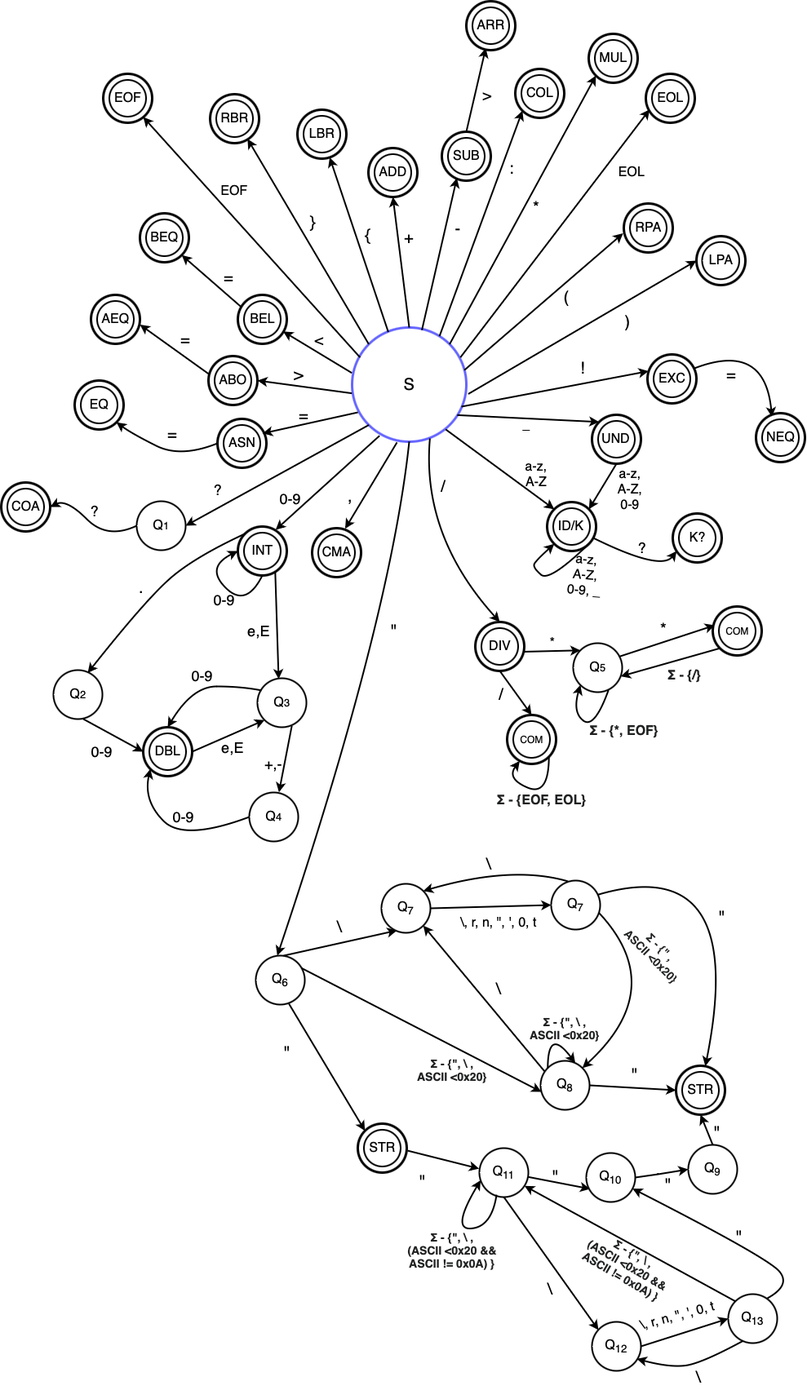
Before: doc/include/lex_fa.png, a diagram exported from draw.io (xhalam16/IFJ-projekt). Source tidied: cells renumbered, new cells last; positions are measured from the earlier drawing's top-left corner, leaving out a move shared by most shapes.
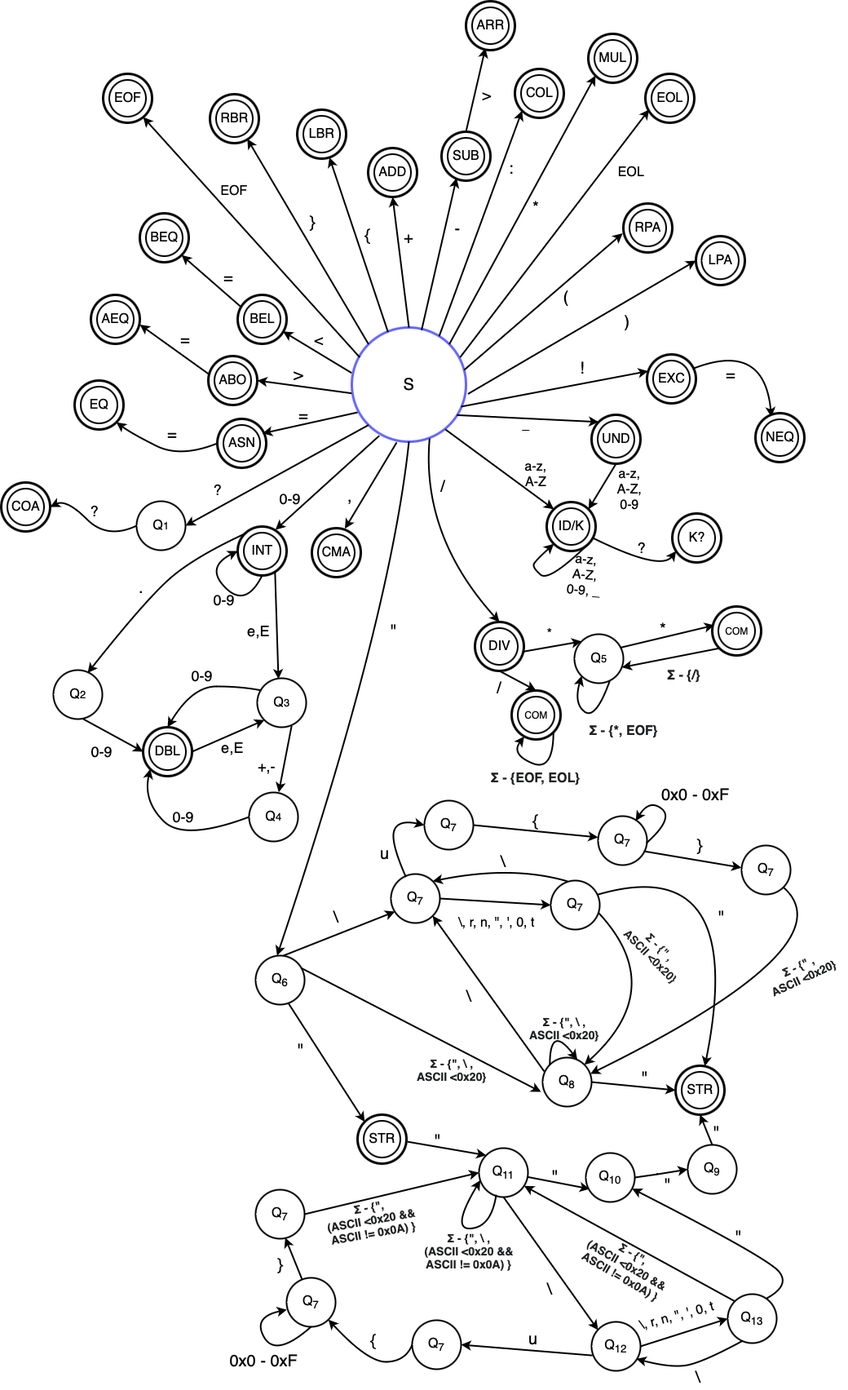
The same diagram one commit later.

What changed in the source:
```diff
@@ -374,3 +374,3 @@
     <mxCell id="120" value="&lt;font style=&quot;font-size: 18px;&quot;&gt;+,-&lt;/font&gt;" style="text;html=1;strokeColor=none;fillColor=none;align=center;verticalAlign=middle;whiteSpace=wrap;rounded=0;" parent="1" vertex="1">
-      <mxGeometry x="304" y="920" width="60" height="30" as="geometry" />
+      <mxGeometry x="296" y="923" width="60" height="30" as="geometry" />
     </mxCell>
@@ -624,3 +624,3 @@
     <mxCell id="194" style="group;" parent="1" vertex="1">
-      <mxGeometry x="620" y="875" width="60" height="60" as="geometry" />
+      <mxGeometry x="626" y="845" width="60" height="60" as="geometry" />
     </mxCell>
@@ -644,6 +644,6 @@
     <mxCell id="199" value="&lt;b style=&quot;text-align: start; caret-color: rgb(32, 33, 34); color: rgb(32, 33, 34); font-family: sans-serif;&quot;&gt;&lt;font style=&quot;font-size: 16px;&quot;&gt;Σ - {EOF, EOL}&lt;/font&gt;&lt;/b&gt;" style="text;html=1;strokeColor=none;fillColor=none;align=center;verticalAlign=middle;whiteSpace=wrap;rounded=0;" parent="1" vertex="1">
-      <mxGeometry x="607" y="965" width="112" height="30" as="geometry" />
+      <mxGeometry x="600" y="938" width="112" height="30" as="geometry" />
     </mxCell>
     <mxCell id="200" value="&lt;font style=&quot;font-size: 20px;&quot;&gt;/&lt;/font&gt;" style="text;html=1;strokeColor=none;fillColor=none;align=center;verticalAlign=middle;whiteSpace=wrap;rounded=0;" parent="1" vertex="1">
-      <mxGeometry x="583" y="835" width="60" height="30" as="geometry" />
+      <mxGeometry x="581" y="827" width="60" height="30" as="geometry" />
     </mxCell>
@@ -653,6 +653,6 @@
     <mxCell id="202" value="&lt;font size=&quot;3&quot;&gt;*&lt;/font&gt;" style="text;html=1;strokeColor=none;fillColor=none;align=center;verticalAlign=middle;whiteSpace=wrap;rounded=0;" parent="1" vertex="1">
-      <mxGeometry x="646" y="772" width="60" height="30" as="geometry" />
+      <mxGeometry x="643" y="761" width="60" height="30" as="geometry" />
     </mxCell>
     <mxCell id="203" style="group;" parent="1" vertex="1">
-      <mxGeometry x="701" y="787" width="60" height="60" as="geometry" />
+      <mxGeometry x="703" y="776" width="60" height="60" as="geometry" />
     </mxCell>
@@ -717,3 +717,3 @@
     </mxCell>
-    <mxCell id="222" style="endArrow=classic;html=1;rounded=0;exitX=1.015;exitY=0.551;exitDx=0;exitDy=0;entryX=-0.005;entryY=0.419;entryDx=0;entryDy=0;strokeWidth=2;entryPerimeter=0;exitPerimeter=0;" parent="1" edge="1" source="227" target="220">
+    <mxCell id="222" style="endArrow=classic;html=1;rounded=0;exitX=1.015;exitY=0.551;exitDx=0;exitDy=0;entryX=0;entryY=0;entryDx=0;entryDy=0;strokeWidth=2;exitPerimeter=0;" parent="1" edge="1" source="227" target="220">
       <mxGeometry relative="1" as="geometry" />
@@ -721,6 +721,6 @@
     <mxCell id="223" value="&lt;font style=&quot;font-size: 20px;&quot;&gt;&quot;&lt;/font&gt;" style="text;html=1;strokeColor=none;fillColor=none;align=center;verticalAlign=middle;whiteSpace=wrap;rounded=0;" parent="1" vertex="1">
-      <mxGeometry x="321" y="1274" width="60" height="30" as="geometry" />
+      <mxGeometry x="338" y="1271" width="60" height="30" as="geometry" />
     </mxCell>
     <mxCell id="224" value="&lt;font style=&quot;font-size: 20px;&quot;&gt;&quot;&lt;/font&gt;" style="text;html=1;strokeColor=none;fillColor=none;align=center;verticalAlign=middle;whiteSpace=wrap;rounded=0;" parent="1" vertex="1">
-      <mxGeometry x="487" y="1432" width="60" height="30" as="geometry" />
+      <mxGeometry x="506" y="1382" width="60" height="30" as="geometry" />
     </mxCell>
@@ -730,3 +730,3 @@
     <mxCell id="226" style="group;" parent="1" vertex="1">
-      <mxGeometry x="437" y="1376" width="60" height="60" as="geometry" />
+      <mxGeometry x="437" y="1365" width="60" height="60" as="geometry" />
     </mxCell>
@@ -747,3 +747,3 @@
     <mxCell id="231" style="group;" parent="1" vertex="1">
-      <mxGeometry x="661" y="1299" width="60" height="60" as="geometry" />
+      <mxGeometry x="664" y="1295" width="60" height="60" as="geometry" />
     </mxCell>
@@ -775,6 +775,6 @@
     <mxCell id="239" value="&lt;font style=&quot;font-size: 20px;&quot;&gt;&quot;&lt;/font&gt;" style="text;html=1;strokeColor=none;fillColor=none;align=center;verticalAlign=middle;whiteSpace=wrap;rounded=0;" parent="1" vertex="1">
-      <mxGeometry x="747" y="1301" width="60" height="30" as="geometry" />
+      <mxGeometry x="760" y="1305" width="60" height="30" as="geometry" />
     </mxCell>
     <mxCell id="240" value="&lt;b style=&quot;text-align: start; caret-color: rgb(32, 33, 34); color: rgb(32, 33, 34); font-family: sans-serif; font-size: 14px;&quot;&gt;Σ - {&quot;, \ , &lt;br&gt;(ASCII &amp;lt;0x20 &amp;amp;&amp;amp; ASCII != 0x0A) }&lt;/b&gt;" style="text;html=1;strokeColor=none;fillColor=none;align=center;verticalAlign=middle;whiteSpace=wrap;rounded=0;" parent="1" vertex="1">
-      <mxGeometry x="497" y="1516" width="112" height="30" as="geometry" />
+      <mxGeometry x="518" y="1517" width="112" height="30" as="geometry" />
     </mxCell>
@@ -826,3 +826,3 @@
     </mxCell>
-    <mxCell id="253" style="endArrow=classic;html=1;rounded=0;strokeWidth=2;entryX=0.318;entryY=0.952;entryDx=0;entryDy=0;entryPerimeter=0;exitX=0.567;exitY=0.001;exitDx=0;exitDy=0;exitPerimeter=0;" parent="1" edge="1" source="217" target="255">
+    <mxCell id="253" style="endArrow=classic;html=1;rounded=0;strokeWidth=2;entryX=0.083;entryY=0.767;entryDx=0;entryDy=0;entryPerimeter=0;exitX=0.567;exitY=0.001;exitDx=0;exitDy=0;exitPerimeter=0;" parent="1" edge="1" source="217" target="255">
       <mxGeometry relative="1" as="geometry" />
@@ -830,3 +830,3 @@
     <mxCell id="254" style="group;" parent="1" vertex="1">
-      <mxGeometry x="466" y="1082" width="60" height="60" as="geometry" />
+      <mxGeometry x="478" y="1070" width="60" height="60" as="geometry" />
     </mxCell>
@@ -836,6 +836,6 @@
     <mxCell id="256" value="&lt;font style=&quot;font-size: 20px;&quot;&gt;\&lt;/font&gt;" style="text;html=1;strokeColor=none;fillColor=none;align=center;verticalAlign=middle;whiteSpace=wrap;rounded=0;" parent="1" vertex="1">
-      <mxGeometry x="385" y="1120" width="60" height="30" as="geometry" />
+      <mxGeometry x="381" y="1108" width="60" height="30" as="geometry" />
     </mxCell>
     <mxCell id="257" value="&lt;font style=&quot;font-size: 16px;&quot;&gt;\, r, n, &quot;, ', 0, t&lt;/font&gt;" style="text;html=1;strokeColor=none;fillColor=none;align=center;verticalAlign=middle;whiteSpace=wrap;rounded=0;" parent="1" vertex="1">
-      <mxGeometry x="554" y="1115" width="112" height="30" as="geometry" />
+      <mxGeometry x="552" y="1115" width="112" height="30" as="geometry" />
     </mxCell>
@@ -856,3 +856,3 @@
     <mxCell id="262" value="&lt;font style=&quot;font-size: 20px;&quot;&gt;\&lt;/font&gt;" style="text;html=1;strokeColor=none;fillColor=none;align=center;verticalAlign=middle;whiteSpace=wrap;rounded=0;" parent="1" vertex="1">
-      <mxGeometry x="580" y="1196" width="60" height="30" as="geometry" />
+      <mxGeometry x="544" y="1205" width="60" height="30" as="geometry" />
     </mxCell>
@@ -876,3 +876,3 @@
     <mxCell id="266" value="&lt;font style=&quot;font-size: 20px;&quot;&gt;\&lt;/font&gt;" style="text;html=1;strokeColor=none;fillColor=none;align=center;verticalAlign=middle;whiteSpace=wrap;rounded=0;" parent="1" vertex="1">
-      <mxGeometry x="568" y="1043" width="60" height="30" as="geometry" />
+      <mxGeometry x="586" y="1040" width="60" height="30" as="geometry" />
     </mxCell>
@@ -917,3 +917,3 @@
     </mxCell>
-    <mxCell id="278" value="&lt;b style=&quot;text-align: start; caret-color: rgb(32, 33, 34); color: rgb(32, 33, 34); font-family: sans-serif; font-size: 14px;&quot;&gt;Σ - {&quot;, \ , &lt;br&gt;(ASCII &amp;lt;0x20 &amp;amp;&amp;amp; ASCII != 0x0A) }&lt;/b&gt;" style="text;html=1;strokeColor=none;fillColor=none;align=center;verticalAlign=middle;whiteSpace=wrap;rounded=0;rotation=30;" parent="1" vertex="1">
+    <mxCell id="278" value="&lt;b style=&quot;text-align: start; caret-color: rgb(32, 33, 34); color: rgb(32, 33, 34); font-family: sans-serif; font-size: 14px;&quot;&gt;Σ - {&quot;, &lt;br&gt;(ASCII &amp;lt;0x20 &amp;amp;&amp;amp; ASCII != 0x0A) }&lt;/b&gt;" style="text;html=1;strokeColor=none;fillColor=none;align=center;verticalAlign=middle;whiteSpace=wrap;rounded=0;rotation=30;" parent="1" vertex="1">
       <mxGeometry x="712" y="1534" width="112" height="30" as="geometry" />
@@ -975,2 +975,110 @@
     </mxCell>
+    <mxCell id="289" style="curved=1;endArrow=classic;html=1;rounded=0;exitX=0.303;exitY=0.054;exitDx=0;exitDy=0;exitPerimeter=0;strokeWidth=2;" parent="1" edge="1" source="255">
+      <mxGeometry relative="1" as="geometry">
+        <mxPoint x="519" y="1010" as="targetPoint" />
+        <Array as="points">
+          <mxPoint x="477" y="1030" />
+          <mxPoint x="487" y="1003" />
+        </Array>
+      </mxGeometry>
+    </mxCell>
+    <mxCell id="290" value="&lt;font style=&quot;font-size: 20px;&quot;&gt;u&lt;/font&gt;" style="text;html=1;strokeColor=none;fillColor=none;align=center;verticalAlign=middle;whiteSpace=wrap;rounded=0;" parent="1" vertex="1">
+      <mxGeometry x="441" y="1030" width="60" height="30" as="geometry" />
+    </mxCell>
+    <mxCell id="291" value="&lt;font size=&quot;3&quot;&gt;Q&lt;sub&gt;7&lt;/sub&gt;&lt;/font&gt;" style="ellipse;whiteSpace=wrap;html=1;strokeWidth=2;" parent="1" vertex="1">
+      <mxGeometry x="519" y="980" width="60" height="60" as="geometry" />
+    </mxCell>
+    <mxCell id="292" style="endArrow=classic;html=1;rounded=0;exitX=1;exitY=0.5;exitDx=0;exitDy=0;strokeWidth=2;" parent="1" edge="1" source="291">
+      <mxGeometry relative="1" as="geometry">
+        <mxPoint x="732" y="1025" as="targetPoint" />
+      </mxGeometry>
+    </mxCell>
+    <mxCell id="293" value="&lt;font style=&quot;font-size: 20px;&quot;&gt;{&lt;/font&gt;" style="text;html=1;strokeColor=none;fillColor=none;align=center;verticalAlign=middle;whiteSpace=wrap;rounded=0;" parent="1" vertex="1">
+      <mxGeometry x="626" y="990" width="60" height="30" as="geometry" />
+    </mxCell>
+    <mxCell id="294" style="group;" parent="1" vertex="1">
+      <mxGeometry x="732" y="999" width="60" height="61" as="geometry" />
+    </mxCell>
+    <mxCell id="295" value="&lt;font size=&quot;3&quot;&gt;Q&lt;sub&gt;7&lt;/sub&gt;&lt;/font&gt;" style="ellipse;whiteSpace=wrap;html=1;strokeWidth=2;" parent="294" vertex="1">
+      <mxGeometry width="60" height="60" as="geometry" />
+    </mxCell>
+    <mxCell id="296" style="curved=1;endArrow=classic;html=1;rounded=0;entryX=0.769;entryY=0.098;entryDx=0;entryDy=0;entryPerimeter=0;exitX=0.992;exitY=0.547;exitDx=0;exitDy=0;exitPerimeter=0;strokeWidth=2;" parent="294" edge="1" source="295" target="295">
+      <mxGeometry relative="1" as="geometry">
+        <Array as="points">
+          <mxPoint x="93" y="3" />
+          <mxPoint x="63" y="-21" />
+        </Array>
+      </mxGeometry>
+    </mxCell>
+    <mxCell id="297" value="&lt;font style=&quot;font-size: 20px;&quot;&gt;0x0 - 0xF&lt;/font&gt;" style="text;html=1;strokeColor=none;fillColor=none;align=center;verticalAlign=middle;whiteSpace=wrap;rounded=0;" parent="1" vertex="1">
+      <mxGeometry x="807" y="958" width="90" height="30" as="geometry" />
+    </mxCell>
+    <mxCell id="298" style="endArrow=classic;html=1;rounded=0;exitX=0.936;exitY=0.717;exitDx=0;exitDy=0;exitPerimeter=0;entryX=-0.003;entryY=0.453;entryDx=0;entryDy=0;entryPerimeter=0;strokeWidth=2;" parent="1" edge="1" source="295" target="299">
+      <mxGeometry relative="1" as="geometry" />
+    </mxCell>
+    <mxCell id="299" value="&lt;font size=&quot;3&quot;&gt;Q&lt;sub&gt;7&lt;/sub&gt;&lt;/font&gt;" style="ellipse;whiteSpace=wrap;html=1;strokeWidth=2;" parent="1" vertex="1">
+      <mxGeometry x="908" y="1035" width="60" height="60" as="geometry" />
+    </mxCell>
+    <mxCell id="300" value="&lt;font style=&quot;font-size: 20px;&quot;&gt;}&lt;/font&gt;" style="text;html=1;strokeColor=none;fillColor=none;align=center;verticalAlign=middle;whiteSpace=wrap;rounded=0;" parent="1" vertex="1">
+      <mxGeometry x="827" y="1020" width="60" height="30" as="geometry" />
+    </mxCell>
+    <mxCell id="301" style="curved=1;endArrow=classic;html=1;rounded=0;exitX=1;exitY=1;exitDx=0;exitDy=0;entryX=0.976;entryY=0.332;entryDx=0;entryDy=0;entryPerimeter=0;strokeWidth=2;" parent="1" edge="1" source="299" target="232">
+      <mxGeometry relative="1" as="geometry">
+        <Array as="points">
+          <mxPoint x="1041" y="1158" />
+        </Array>
+      </mxGeometry>
+    </mxCell>
+    <mxCell id="302" value="&lt;b style=&quot;text-align: start; caret-color: rgb(32, 33, 34); color: rgb(32, 33, 34); font-family: sans-serif; font-size: 14px;&quot;&gt;Σ - {&quot; , &lt;br&gt;ASCII &amp;lt;0x20}&lt;/b&gt;" style="text;html=1;strokeColor=none;fillColor=none;align=center;verticalAlign=middle;whiteSpace=wrap;rounded=0;rotation=-25;" parent="1" vertex="1">
+      <mxGeometry x="925" y="1175" width="112" height="30" as="geometry" />
+    </mxCell>
+    <mxCell id="303" value="&lt;font size=&quot;3&quot;&gt;Q&lt;sub&gt;7&lt;/sub&gt;&lt;/font&gt;" style="ellipse;whiteSpace=wrap;html=1;strokeWidth=2;" parent="1" vertex="1">
+      <mxGeometry x="504" y="1617" width="60" height="60" as="geometry" />
+    </mxCell>
+    <mxCell id="304" style="endArrow=classic;html=1;rounded=0;entryX=1;entryY=0.5;entryDx=0;entryDy=0;exitX=0.02;exitY=0.686;exitDx=0;exitDy=0;exitPerimeter=0;strokeWidth=2;" parent="1" edge="1" source="272" target="303">
+      <mxGeometry relative="1" as="geometry" />
+    </mxCell>
+    <mxCell id="305" value="&lt;font style=&quot;font-size: 20px;&quot;&gt;u&lt;/font&gt;" style="text;html=1;strokeColor=none;fillColor=none;align=center;verticalAlign=middle;whiteSpace=wrap;rounded=0;" parent="1" vertex="1">
+      <mxGeometry x="623" y="1625" width="60" height="30" as="geometry" />
+    </mxCell>
+    <mxCell id="306" style="curved=1;endArrow=classic;html=1;rounded=0;exitX=0;exitY=0.5;exitDx=0;exitDy=0;entryX=1;entryY=1;entryDx=0;entryDy=0;strokeWidth=2;" parent="1" edge="1" source="303" target="308">
+      <mxGeometry relative="1" as="geometry">
+        <Array as="points">
+          <mxPoint x="496" y="1667" />
+          <mxPoint x="450" y="1669" />
+        </Array>
+      </mxGeometry>
+    </mxCell>
+    <mxCell id="307" value="&lt;font style=&quot;font-size: 20px;&quot;&gt;{&lt;/font&gt;" style="text;html=1;strokeColor=none;fillColor=none;align=center;verticalAlign=middle;whiteSpace=wrap;rounded=0;" parent="1" vertex="1">
+      <mxGeometry x="427" y="1627" width="60" height="30" as="geometry" />
+    </mxCell>
+    <mxCell id="308" value="&lt;font size=&quot;3&quot;&gt;Q&lt;sub&gt;7&lt;/sub&gt;&lt;/font&gt;" style="ellipse;whiteSpace=wrap;html=1;strokeWidth=2;" parent="1" vertex="1">
+      <mxGeometry x="350" y="1565" width="60" height="60" as="geometry" />
+    </mxCell>
+    <mxCell id="309" style="curved=1;endArrow=classic;html=1;rounded=0;exitX=0.5;exitY=1;exitDx=0;exitDy=0;entryX=0.005;entryY=0.652;entryDx=0;entryDy=0;entryPerimeter=0;strokeWidth=2;" parent="1" edge="1" source="308" target="308">
+      <mxGeometry relative="1" as="geometry">
+        <Array as="points">
+          <mxPoint x="337" y="1663" />
+          <mxPoint x="308" y="1613" />
+        </Array>
+      </mxGeometry>
+    </mxCell>
+    <mxCell id="310" value="&lt;font style=&quot;font-size: 20px;&quot;&gt;0x0 - 0xF&lt;/font&gt;" style="text;html=1;strokeColor=none;fillColor=none;align=center;verticalAlign=middle;whiteSpace=wrap;rounded=0;" parent="1" vertex="1">
+      <mxGeometry x="277" y="1652" width="91" height="30" as="geometry" />
+    </mxCell>
+    <mxCell id="311" value="&lt;font size=&quot;3&quot;&gt;Q&lt;sub&gt;7&lt;/sub&gt;&lt;/font&gt;" style="ellipse;whiteSpace=wrap;html=1;strokeWidth=2;" parent="1" vertex="1">
+      <mxGeometry x="312" y="1457" width="60" height="60" as="geometry" />
+    </mxCell>
+    <mxCell id="312" style="endArrow=classic;html=1;rounded=0;exitX=1;exitY=0.5;exitDx=0;exitDy=0;entryX=0;entryY=0.5;entryDx=0;entryDy=0;strokeWidth=2;" parent="1" edge="1" source="311" target="220">
+      <mxGeometry relative="1" as="geometry" />
+    </mxCell>
+    <mxCell id="313" style="endArrow=classic;html=1;rounded=0;entryX=0.605;entryY=0.981;entryDx=0;entryDy=0;entryPerimeter=0;strokeWidth=2;" parent="1" edge="1" source="308" target="311">
+      <mxGeometry relative="1" as="geometry" />
+    </mxCell>
+    <mxCell id="314" value="&lt;font style=&quot;font-size: 20px;&quot;&gt;}&lt;/font&gt;" style="text;html=1;strokeColor=none;fillColor=none;align=center;verticalAlign=middle;whiteSpace=wrap;rounded=0;" parent="1" vertex="1">
+      <mxGeometry x="326.5" y="1534" width="31" height="30" as="geometry" />
+    </mxCell>
+    <mxCell id="315" value="&lt;b style=&quot;text-align: start; caret-color: rgb(32, 33, 34); color: rgb(32, 33, 34); font-family: sans-serif; font-size: 14px;&quot;&gt;Σ - {&quot;, &lt;br&gt;(ASCII &amp;lt;0x20 &amp;amp;&amp;amp; ASCII != 0x0A) }&lt;/b&gt;" style="text;html=1;strokeColor=none;fillColor=none;align=center;verticalAlign=middle;whiteSpace=wrap;rounded=0;rotation=-10;" parent="1" vertex="1">
+      <mxGeometry x="398" y="1479" width="112" height="30" as="geometry" />
+    </mxCell>
   </root>
```
